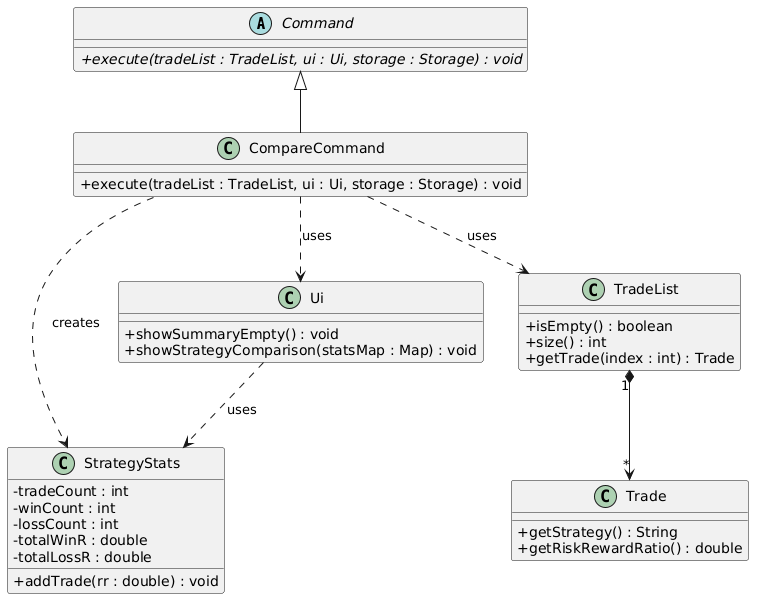
Before: docs/diagrams/compare-class-diagram.png, a diagram exported from PlantUML (Cydriccwx/tp). The source it was exported from:
```plantuml
@startuml
skinparam classAttributeIconSize 0

abstract class Command {
    +execute(tradeList : TradeList, ui : Ui, storage : Storage) : void {abstract}
}

class CompareCommand {
    +execute(tradeList : TradeList, ui : Ui, storage : Storage) : void
}

class StrategyStats {
    -tradeCount : int
    -winCount : int
    -lossCount : int
    -totalWinR : double
    -totalLossR : double
    +addTrade(rr : double) : void
}

class TradeList {
    +isEmpty() : boolean
    +size() : int
    +getTrade(index : int) : Trade
}

class Trade {
    +getStrategy() : String
    +getRiskRewardRatio() : double
}

class Ui {
    +showSummaryEmpty() : void
    +showStrategyComparison(statsMap : Map) : void
}

Command <|-- CompareCommand
CompareCommand ..> TradeList : uses
CompareCommand ..> Ui : uses
CompareCommand ..> StrategyStats : creates
TradeList "1" *--> "*" Trade
Ui ..> StrategyStats : uses
@enduml
```
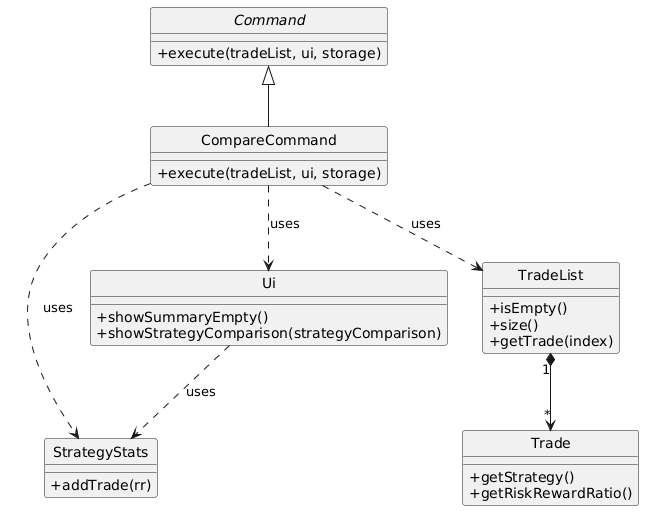
After the commit.

Change to the diagram source:
```diff
@@ -1,43 +1,39 @@
 @startuml
+skinparam Style strictuml
 skinparam classAttributeIconSize 0
 
 abstract class Command {
-    +execute(tradeList : TradeList, ui : Ui, storage : Storage) : void {abstract}
+    +execute(tradeList, ui, storage)
 }
 
 class CompareCommand {
-    +execute(tradeList : TradeList, ui : Ui, storage : Storage) : void
+    +execute(tradeList, ui, storage)
 }
 
 class StrategyStats {
-    -tradeCount : int
-    -winCount : int
-    -lossCount : int
-    -totalWinR : double
-    -totalLossR : double
-    +addTrade(rr : double) : void
+    +addTrade(rr)
 }
 
 class TradeList {
-    +isEmpty() : boolean
-    +size() : int
-    +getTrade(index : int) : Trade
+    +isEmpty()
+    +size()
+    +getTrade(index)
 }
 
 class Trade {
-    +getStrategy() : String
-    +getRiskRewardRatio() : double
+    +getStrategy()
+    +getRiskRewardRatio()
 }
 
 class Ui {
-    +showSummaryEmpty() : void
-    +showStrategyComparison(statsMap : Map) : void
+    +showSummaryEmpty()
+    +showStrategyComparison(strategyComparison)
 }
 
 Command <|-- CompareCommand
 CompareCommand ..> TradeList : uses
 CompareCommand ..> Ui : uses
-CompareCommand ..> StrategyStats : creates
+CompareCommand ..> StrategyStats : uses
 TradeList "1" *--> "*" Trade
 Ui ..> StrategyStats : uses
 @enduml
```
